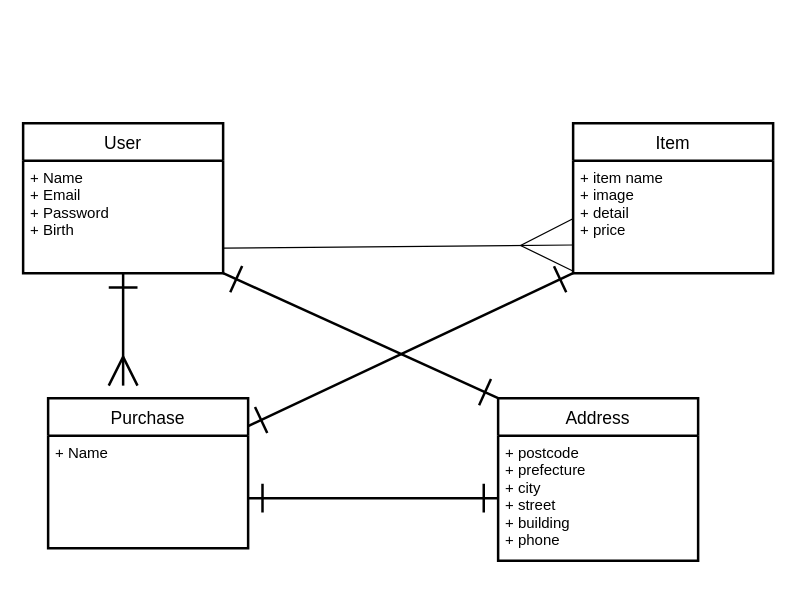
The draw.io diagram app/views/layouts/test.dio in shingooom/furima-39702, before the edit. Source tidied: cells renumbered, new cells numbered last; positions are measured from the earlier drawing's top-left corner, leaving out a move shared by most shapes. Both pictures are drawn from the tidied source at 125%, with x=0, y=0 at pixel (22, 122).
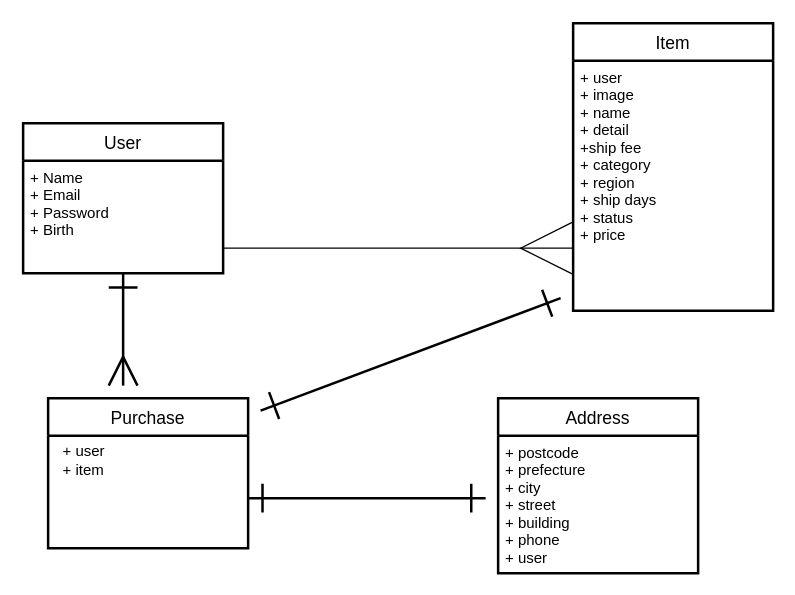
Above is the later version.

Commit message (it also covers changes not shown here):
データベース設計

Diff of the diagram source:
```diff
@@
 <mxGraphModel>
   <root>
     <mxCell id="0" />
     <mxCell id="1" parent="0" />
     <mxCell id="2" value="User" style="swimlane;horizontal=1;startSize=30;rounded=0;fontSize=14;fontStyle=0;strokeWidth=2;shadow=0;dashed=0;align=center;arcSize=0;" parent="1" vertex="1">
       <mxGeometry width="160" height="120" as="geometry" />
     </mxCell>
     <mxCell id="3" value="+ Name&#10;+ Email&#10;+ Password&#10;+ Birth" style="align=left;strokeColor=none;fillColor=none;spacingLeft=4;fontSize=12;verticalAlign=top;rounded=0;" parent="2" vertex="1">
       <mxGeometry y="30" width="160" height="90" as="geometry" />
     </mxCell>
     <mxCell id="4" value="Item" style="swimlane;horizontal=1;startSize=30;rounded=0;fontSize=14;fontStyle=0;strokeWidth=2;shadow=0;dashed=0;align=center;" parent="1" vertex="1">
-      <mxGeometry x="440" width="160" height="120" as="geometry" />
+      <mxGeometry x="440" y="-80" width="160" height="230" as="geometry" />
     </mxCell>
-    <mxCell id="5" value="+ item name&#10;+ image&#10;+ detail&#10;+ price" style="align=left;strokeColor=none;fillColor=none;spacingLeft=4;fontSize=12;verticalAlign=top;rounded=0;" parent="4" vertex="1">
-      <mxGeometry y="30" width="160" height="90" as="geometry" />
+    <mxCell id="5" value="+ user&#10;+ image &#10;+ name &#10;+ detail&#10;+ship fee &#10;+ category&#10;+ region &#10;+ ship days&#10;+ status &#10;+ price" style="align=left;strokeColor=none;fillColor=none;spacingLeft=4;fontSize=12;verticalAlign=top;rounded=0;" parent="4" vertex="1">
+      <mxGeometry y="30" width="160" height="200" as="geometry" />
     </mxCell>
     <mxCell id="6" style="html=1;startArrow=none;startFill=0;endArrow=ERmany;endFill=0;entryX=0;entryY=0.75;entryDx=0;entryDy=0;endSize=40;startSize=40;sourcePerimeterSpacing=20;targetPerimeterSpacing=20;rounded=0;" parent="1" edge="1" target="5">
       <mxGeometry relative="1" as="geometry">
         <mxPoint x="160" y="100" as="sourcePoint" />
       </mxGeometry>
     </mxCell>
     <mxCell id="7" value="Purchase" style="swimlane;horizontal=1;startSize=30;rounded=0;fontSize=14;fontStyle=0;strokeWidth=2;shadow=0;dashed=0;align=center;arcSize=0;" parent="1" vertex="1">
       <mxGeometry x="20" y="220" width="160" height="120" as="geometry" />
     </mxCell>
-    <mxCell id="8" value="+ Name" style="align=left;strokeColor=none;fillColor=none;spacingLeft=4;fontSize=12;verticalAlign=top;rounded=0;" parent="7" vertex="1">
-      <mxGeometry y="30" width="160" height="90" as="geometry" />
-    </mxCell>
     <mxCell id="9" value="Address" style="swimlane;horizontal=1;startSize=30;rounded=0;fontSize=14;fontStyle=0;strokeWidth=2;shadow=0;dashed=0;align=center;arcSize=0;" parent="1" vertex="1">
-      <mxGeometry x="380" y="220" width="160" height="130" as="geometry" />
+      <mxGeometry x="380" y="220" width="160" height="140" as="geometry" />
     </mxCell>
-    <mxCell id="10" value="+ postcode&#10;+ prefecture&#10;+ city&#10;+ street&#10;+ building&#10;+ phone" style="align=left;strokeColor=none;fillColor=none;spacingLeft=4;fontSize=12;verticalAlign=top;rounded=0;" parent="9" vertex="1">
-      <mxGeometry y="30" width="160" height="100" as="geometry" />
+    <mxCell id="10" value="+ postcode&#10;+ prefecture&#10;+ city&#10;+ street&#10;+ building&#10;+ phone&#10;+ user" style="align=left;strokeColor=none;fillColor=none;spacingLeft=4;fontSize=12;verticalAlign=top;rounded=0;" parent="9" vertex="1">
+      <mxGeometry y="30" width="160" height="110" as="geometry" />
     </mxCell>
-    <mxCell id="11" style="edgeStyle=none;html=1;startArrow=ERone;startFill=0;strokeWidth=2;endArrow=ERone;endFill=0;exitX=0;exitY=0.5;exitDx=0;exitDy=0;endSize=20;startSize=20;" parent="1" edge="1" source="10">
+    <mxCell id="11" style="edgeStyle=none;html=1;startArrow=ERone;startFill=0;strokeWidth=2;endArrow=ERone;endFill=0;endSize=20;startSize=20;" parent="1" edge="1">
       <mxGeometry relative="1" as="geometry">
+        <mxPoint x="370" y="300" as="sourcePoint" />
         <mxPoint x="180" y="300" as="targetPoint" />
         <Array as="points">
           <mxPoint x="300" y="300" />
         </Array>
       </mxGeometry>
     </mxCell>
-    <mxCell id="12" style="edgeStyle=none;html=1;strokeWidth=2;startArrow=ERone;startFill=0;endArrow=ERone;endFill=0;endSize=20;startSize=20;" parent="1" edge="1" target="7">
+    <mxCell id="12" style="edgeStyle=none;html=1;strokeWidth=2;startArrow=ERone;startFill=0;endArrow=ERone;endFill=0;endSize=20;startSize=20;" parent="1" edge="1">
       <mxGeometry relative="1" as="geometry">
-        <mxPoint x="440" y="120" as="sourcePoint" />
+        <mxPoint x="430" y="140" as="sourcePoint" />
+        <mxPoint x="190" y="230" as="targetPoint" />
       </mxGeometry>
     </mxCell>
     <mxCell id="13" style="edgeStyle=none;html=1;exitX=0.5;exitY=1;exitDx=0;exitDy=0;strokeWidth=2;startArrow=ERone;startFill=0;endArrow=ERmany;endFill=0;endSize=20;startSize=20;" parent="1" edge="1" source="3">
       <mxGeometry relative="1" as="geometry">
         <mxPoint x="80" y="210" as="targetPoint" />
         <Array as="points">
           <mxPoint x="80" y="200" />
         </Array>
       </mxGeometry>
     </mxCell>
-    <mxCell id="14" style="edgeStyle=none;html=1;exitX=1;exitY=1;exitDx=0;exitDy=0;entryX=0;entryY=0;entryDx=0;entryDy=0;strokeWidth=2;startArrow=ERone;startFill=0;endArrow=ERone;endFill=0;startSize=20;endSize=20;" parent="1" edge="1" source="3" target="9">
-      <mxGeometry relative="1" as="geometry" />
-    </mxCell>
+    <mxCell id="15" value="&lt;div style=&quot;text-align: left;&quot;&gt;&lt;span style=&quot;background-color: initial;&quot;&gt;+ user&amp;nbsp;&lt;/span&gt;&lt;/div&gt;&lt;div style=&quot;text-align: left;&quot;&gt;&lt;span style=&quot;background-color: initial;&quot;&gt;+ item&lt;/span&gt;&lt;/div&gt;" style="text;html=1;align=center;verticalAlign=middle;strokeColor=none;fillColor=none;" parent="1" vertex="1">
+      <mxGeometry x="20" y="250" width="60" height="40" as="geometry" />
+    </mxCell>
   </root>
 </mxGraphModel>
```
